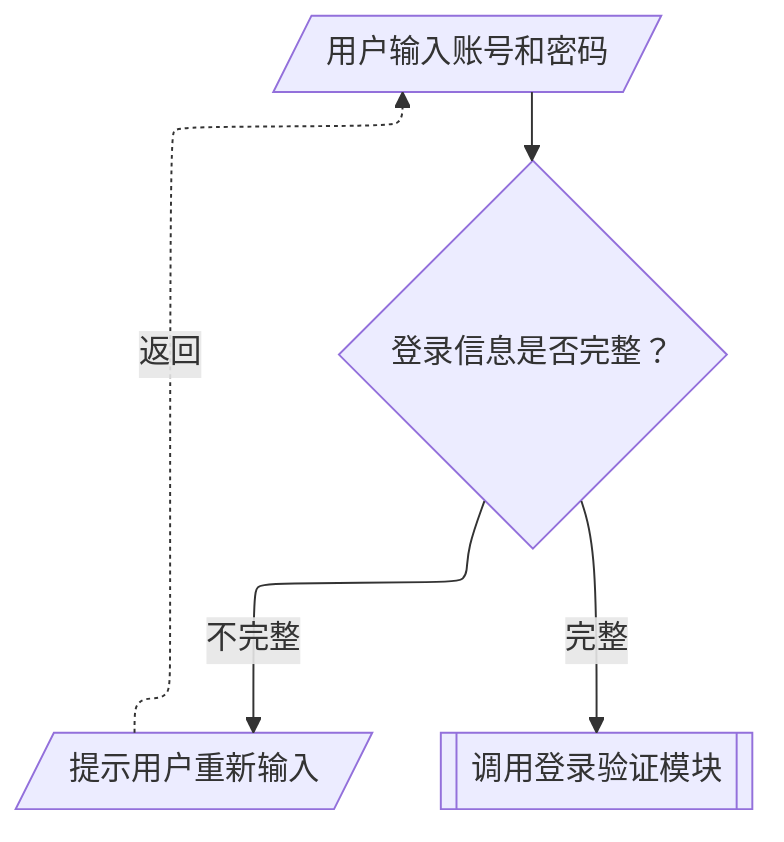
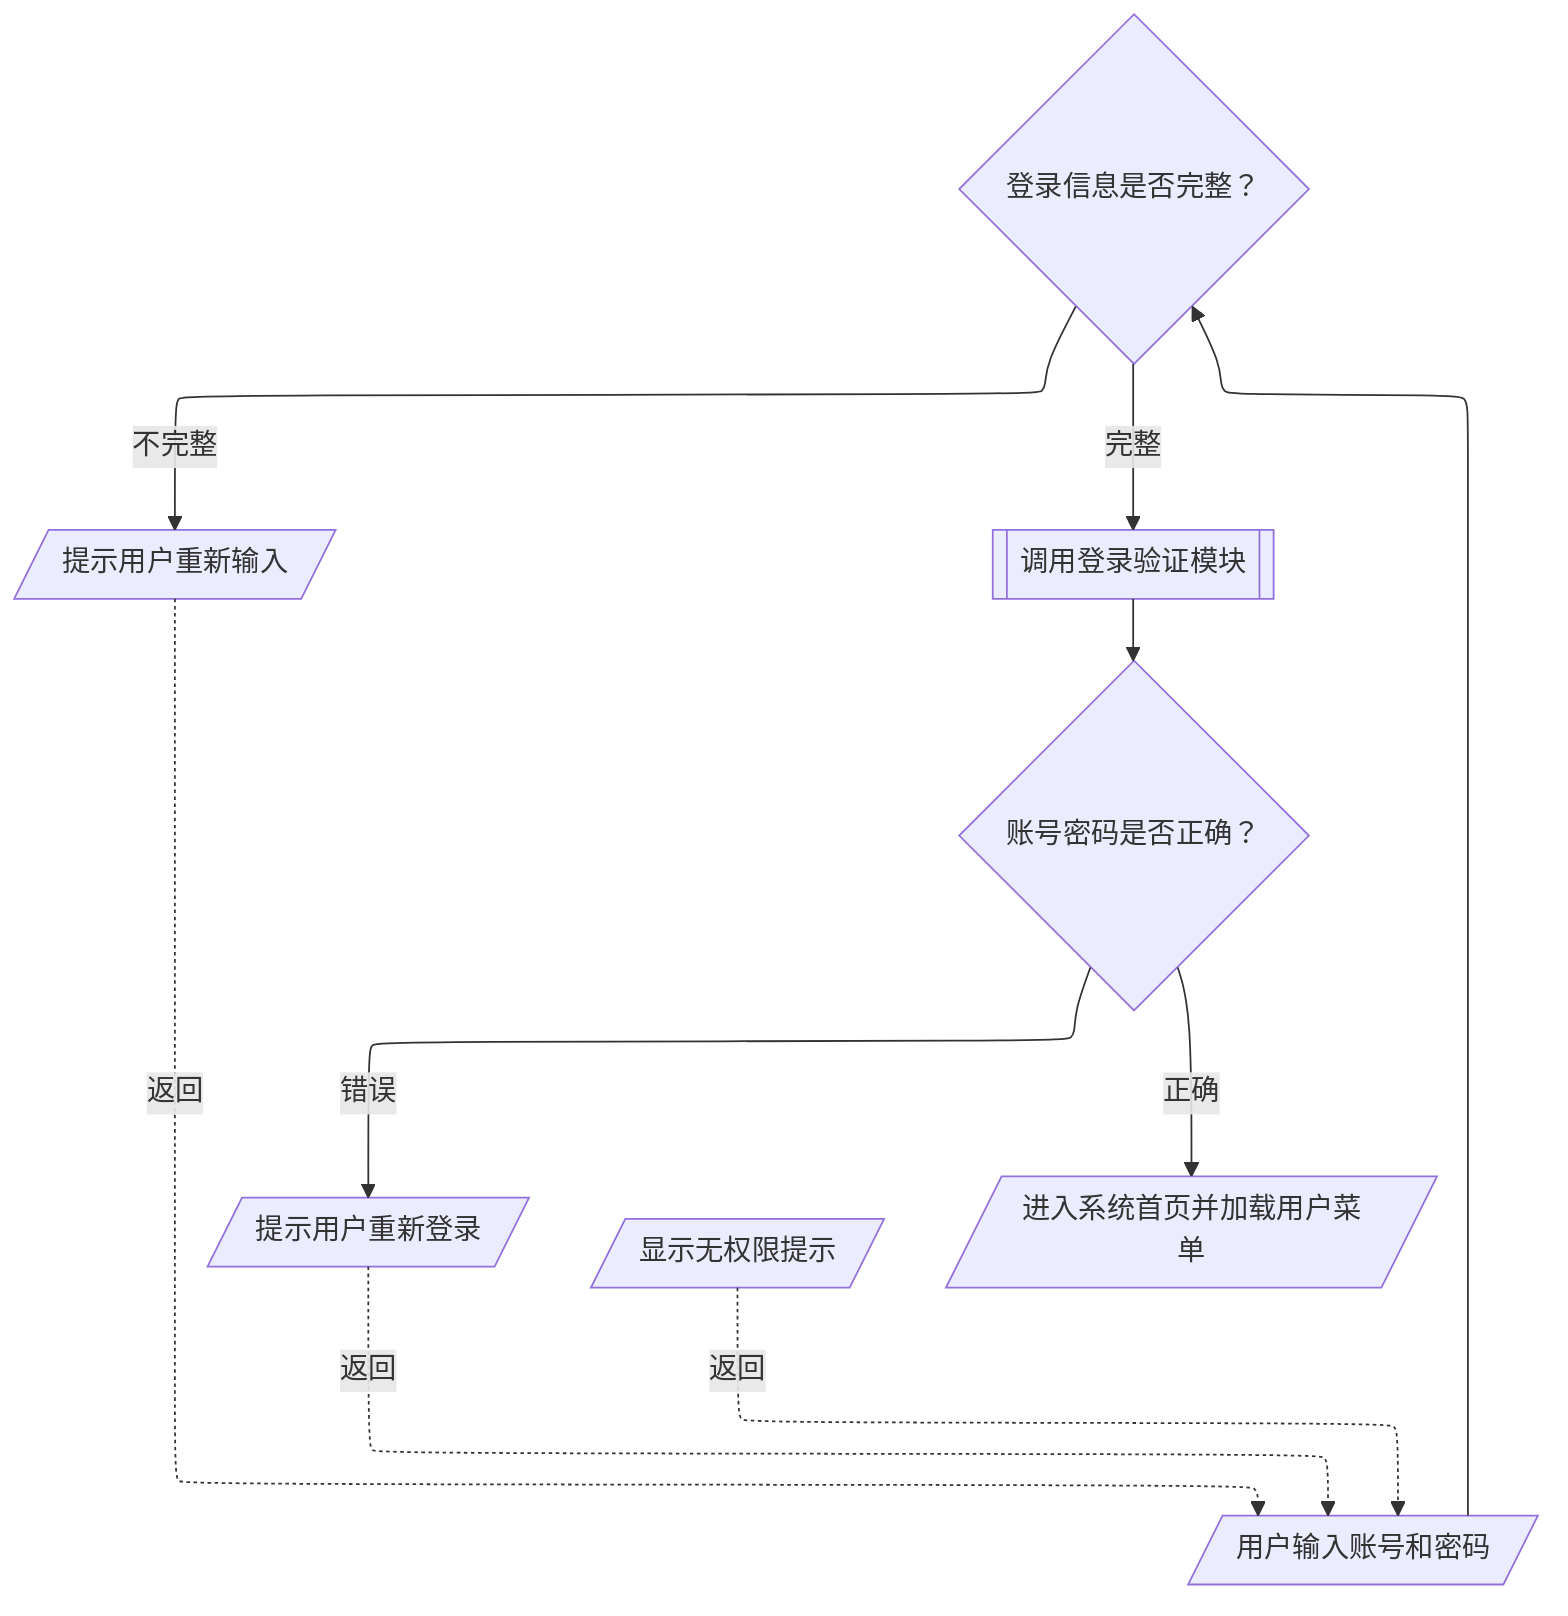
%%{init: {"flowchart": {"defaultRenderer": "elk"}}}%%
flowchart TD
A[/"用户输入账号和密码"/]
B{"登录信息是否完整？"}
C[/"提示用户重新输入"/]
D[["调用登录验证模块"]]
+ E{"账号密码是否正确？"}
+ F[/"提示用户重新登录"/]
+ G[/"显示无权限提示"/]
+ H[/"进入系统首页并加载用户菜单"/]

A --> B
B -->|不完整| C
B -->|完整| D
- C -.->|返回| A+ C -.->|返回| A
+ D --> E
+ E -->|错误| F
+ E -->|正确| H
+ F -.->|返回| A
+ G -.->|返回| A